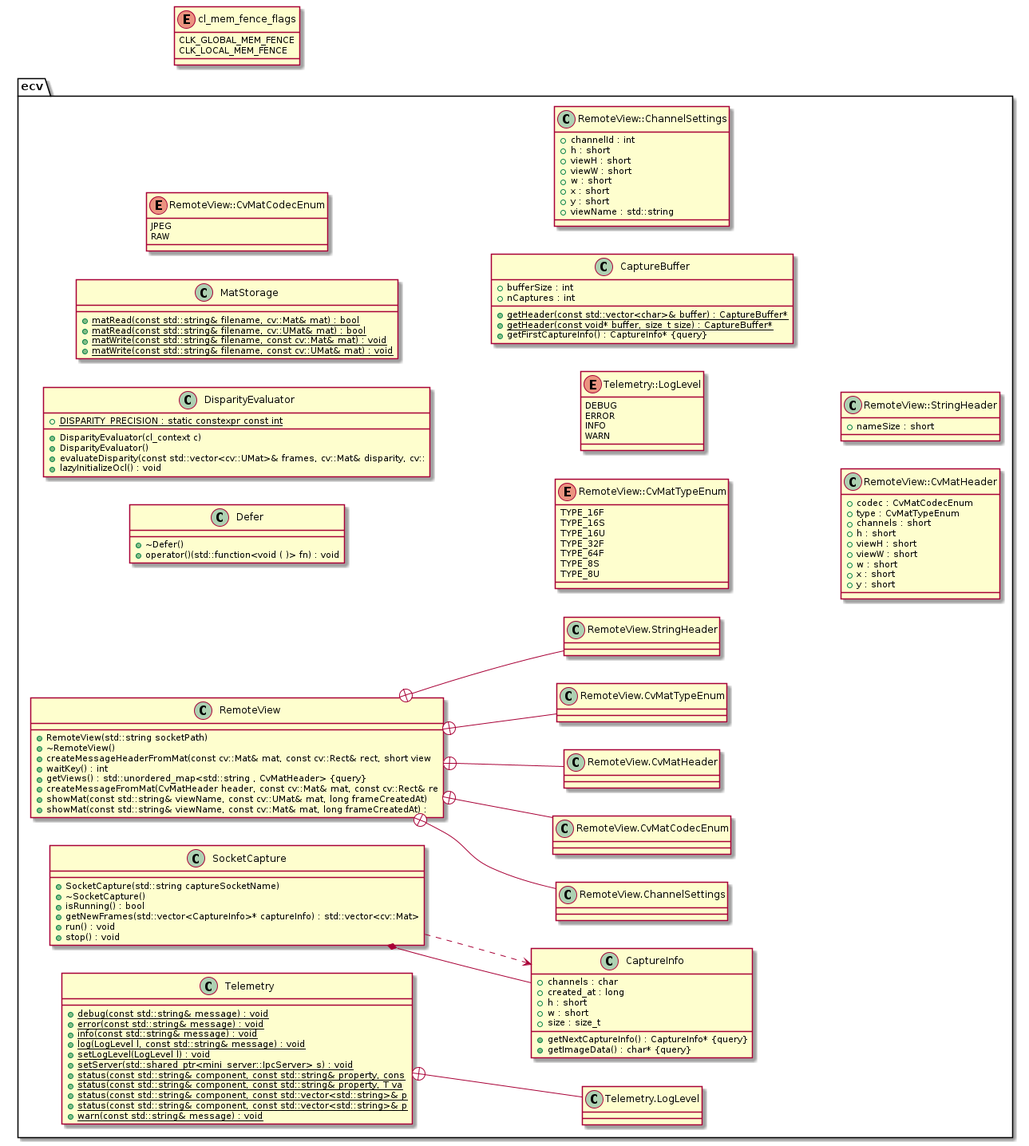
The PlantUML diagram classes_main.png in dimarick/embedded_cv, before a commit. Its source is kept beside it as classes_main.puml.
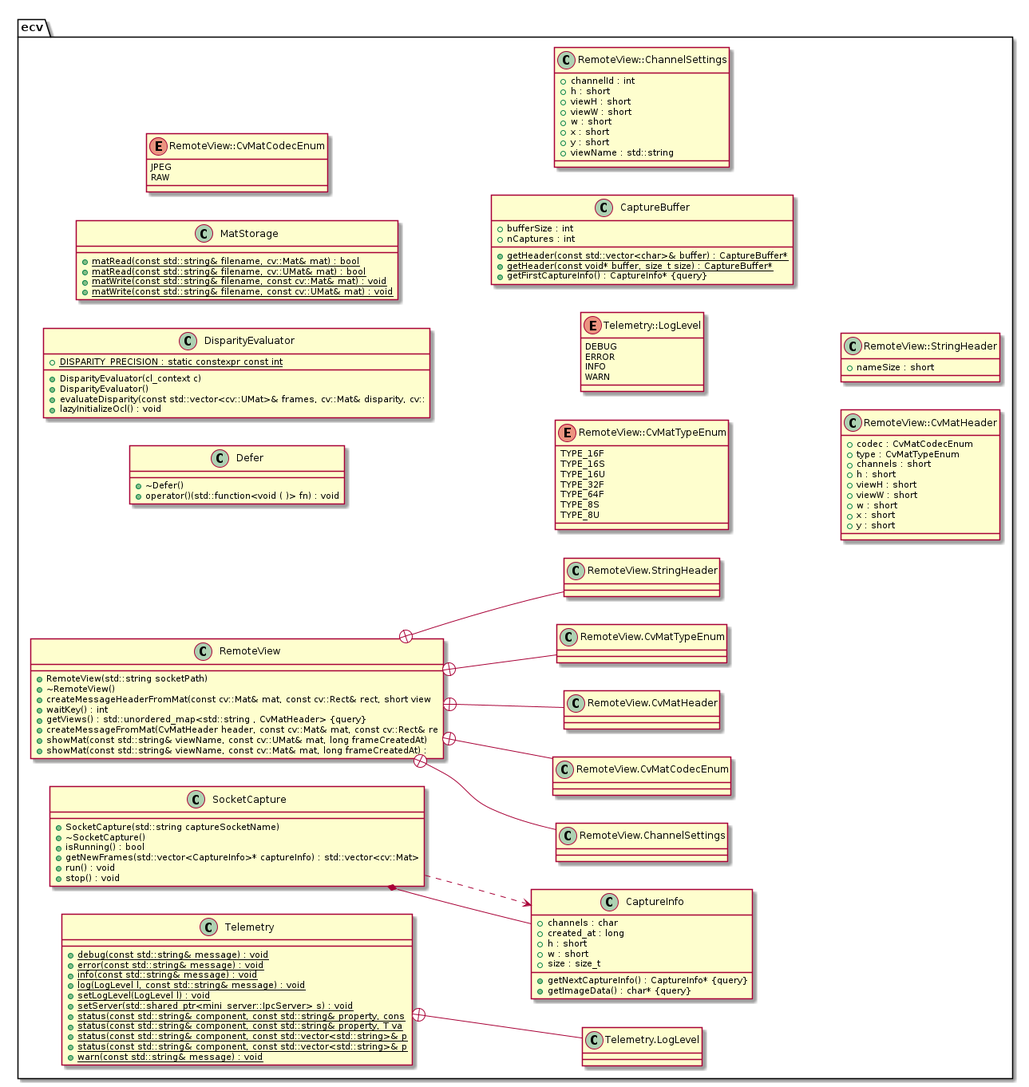
The same file after the commit.

Commit message:
Убрал лишнее

What changed in the source:
```diff
@@ -1,9 +1,6 @@
 @startuml
 left to right direction
-enum cl_mem_fence_flags {
-	CLK_GLOBAL_MEM_FENCE
-	CLK_LOCAL_MEM_FENCE
-}
+
 namespace ecv {
 	class Defer {
 		+~Defer()
```
